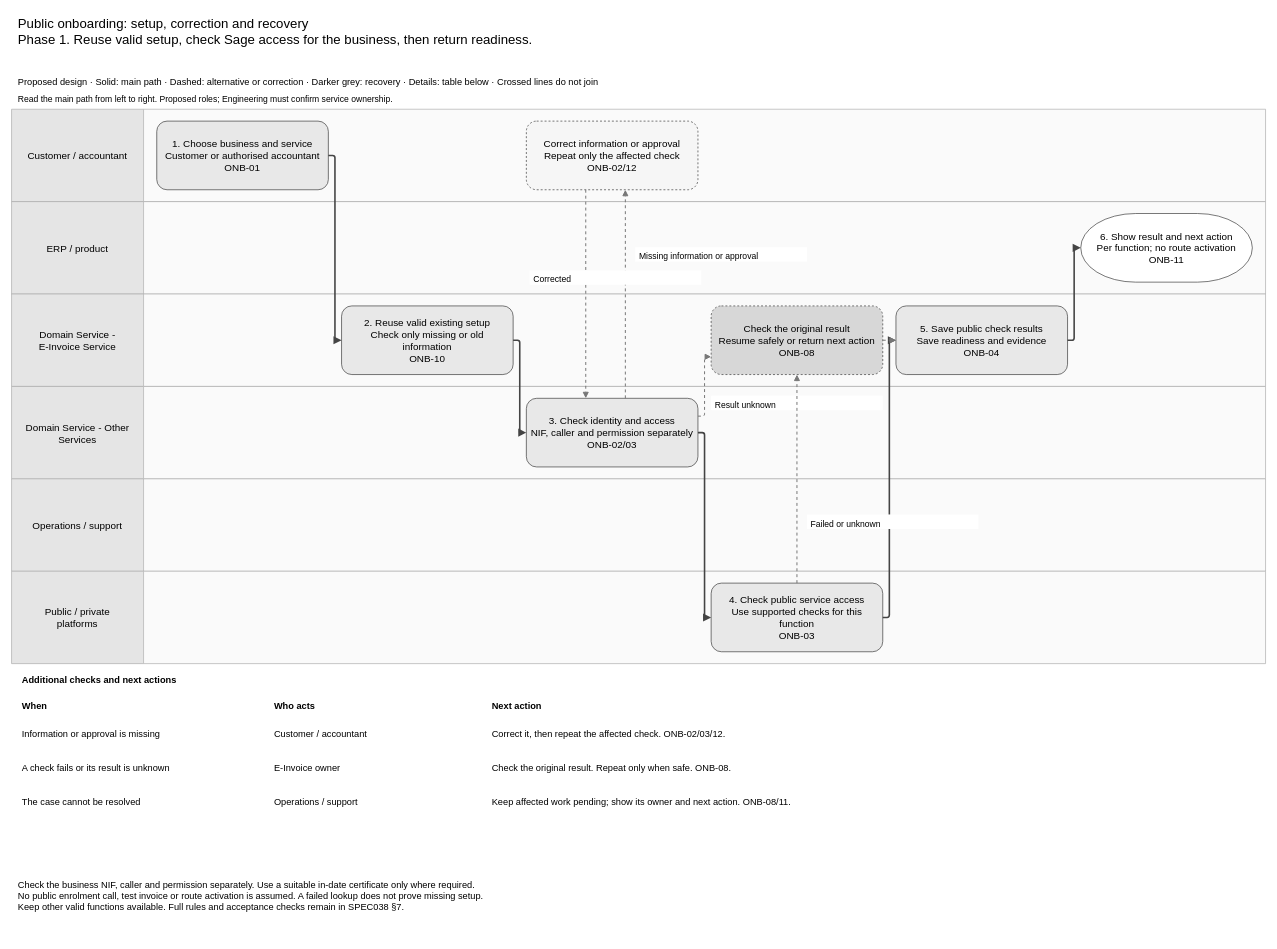
Before: assets/diagrams/onboarding-public-setup-swimlane.drawio in jiaxinhe0709/pm_second_brain, a draw.io diagram. Source tidied: cells renumbered, new cells numbered last; positions are measured from the earlier drawing's top-left corner, leaving out a move shared by most shapes. Both pictures are drawn from the tidied source at 66%, with x=0, y=0 at pixel (11, 11).
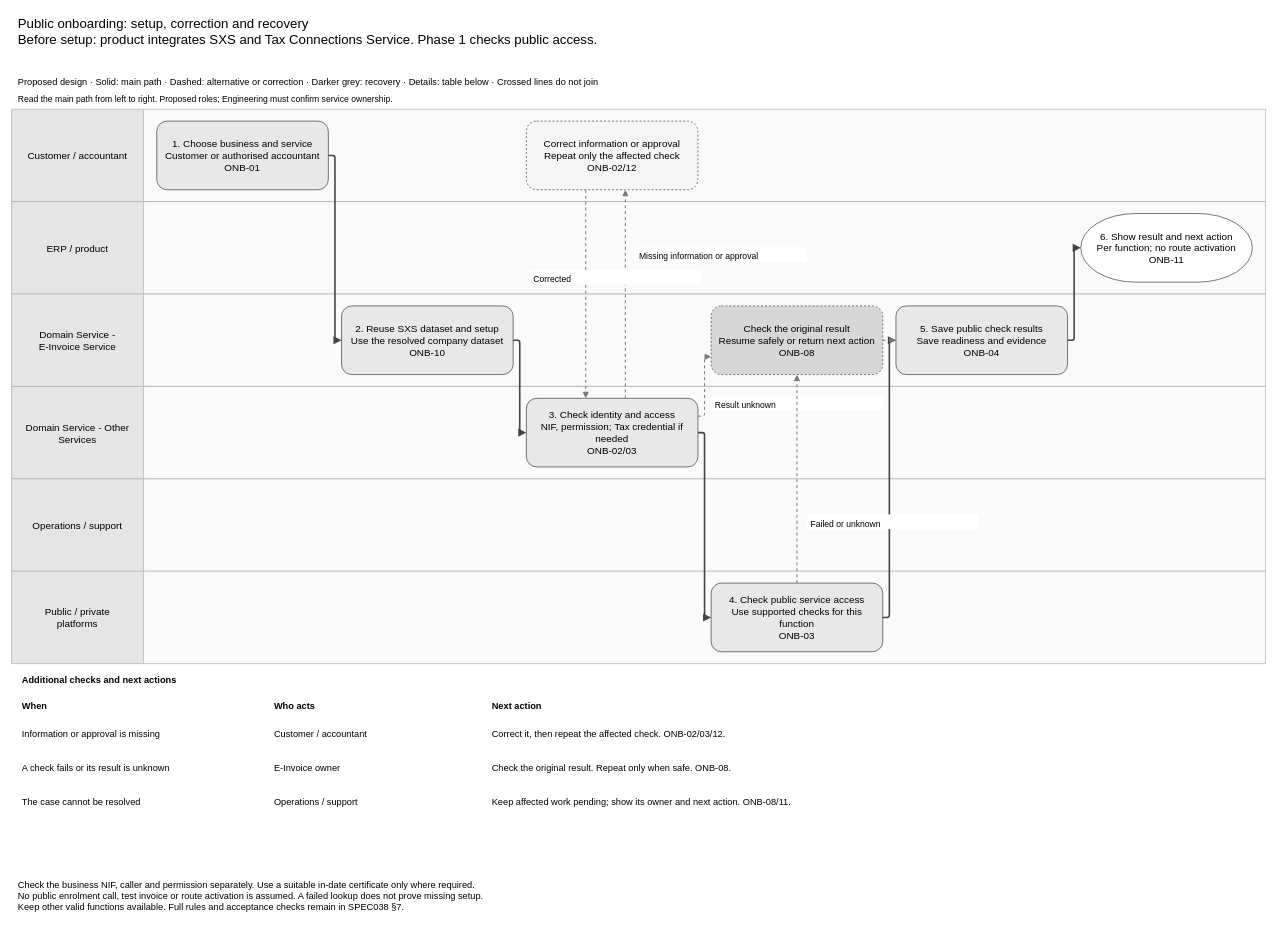
The same diagram, later.

Change to the diagram source:
```diff
@@
-    <mxCell id="2" value="Public onboarding: setup, correction and recovery&#10;Phase 1. Reuse valid setup, check Sage access for the business, then return readiness." style="text;whiteSpace=wrap;html=0;align=left;fontSize=20;" parent="1" vertex="1">
+    <mxCell id="2" value="Public onboarding: setup, correction and recovery&#10;Before setup: product integrates SXS and Tax Connections Service. Phase 1 checks public access." style="text;whiteSpace=wrap;html=0;align=left;fontSize=20;" parent="1" vertex="1">
       <mxGeometry x="8" width="1884" height="95" as="geometry" />
     </mxCell>
@@
-    <mxCell id="18" value="2. Reuse valid existing setup&#10;Check only missing or old information&#10;ONB-10" style="rounded=1;whiteSpace=wrap;html=0;fontSize=15;fillColor=#e8e8e8;strokeColor=#333333;spacing=8;" parent="1" vertex="1">
+    <mxCell id="18" value="2. Reuse SXS dataset and setup&#10;Use the resolved company dataset&#10;ONB-10" style="rounded=1;whiteSpace=wrap;html=0;fontSize=15;fillColor=#e8e8e8;strokeColor=#333333;spacing=8;" parent="1" vertex="1">
       <mxGeometry x="500" y="446" width="260" height="104" as="geometry" />
     </mxCell>
-    <mxCell id="19" value="3. Check identity and access&#10;NIF, caller and permission separately&#10;ONB-02/03" style="rounded=1;whiteSpace=wrap;html=0;fontSize=15;fillColor=#e8e8e8;strokeColor=#333333;spacing=8;" parent="1" vertex="1">
+    <mxCell id="19" value="3. Check identity and access&#10;NIF, permission; Tax credential if needed&#10;ONB-02/03" style="rounded=1;whiteSpace=wrap;html=0;fontSize=15;fillColor=#e8e8e8;strokeColor=#333333;spacing=8;" parent="1" vertex="1">
       <mxGeometry x="780" y="586" width="260" height="104" as="geometry" />
     </mxCell>
```
